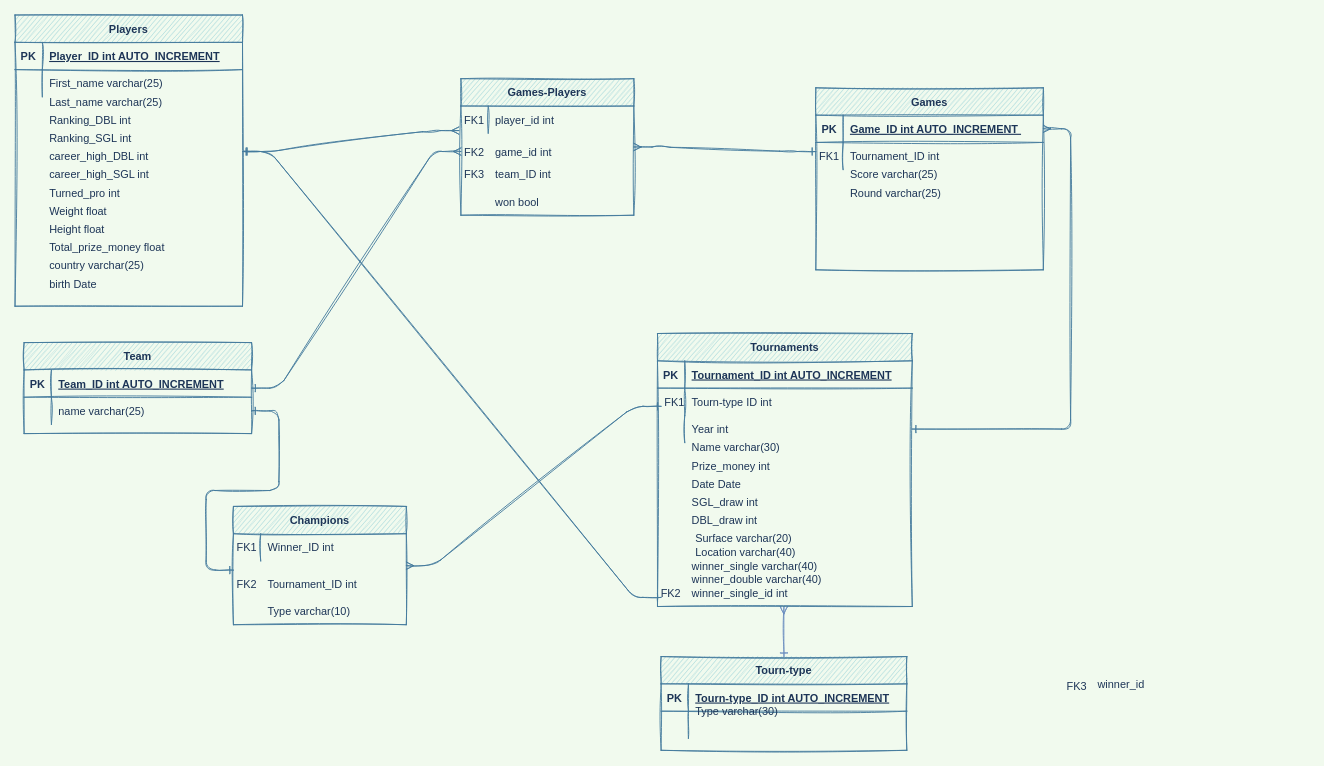
This is erd.drawio from talbaram3192/web_scraping_project, a draw.io file, before an edit. Source tidied: cells renumbered, new cells numbered last; positions are measured from the earlier drawing's top-left corner, leaving out a move shared by most shapes. Both pictures are drawn from the tidied source at 91%, with x=0, y=0 at pixel (15, 15).
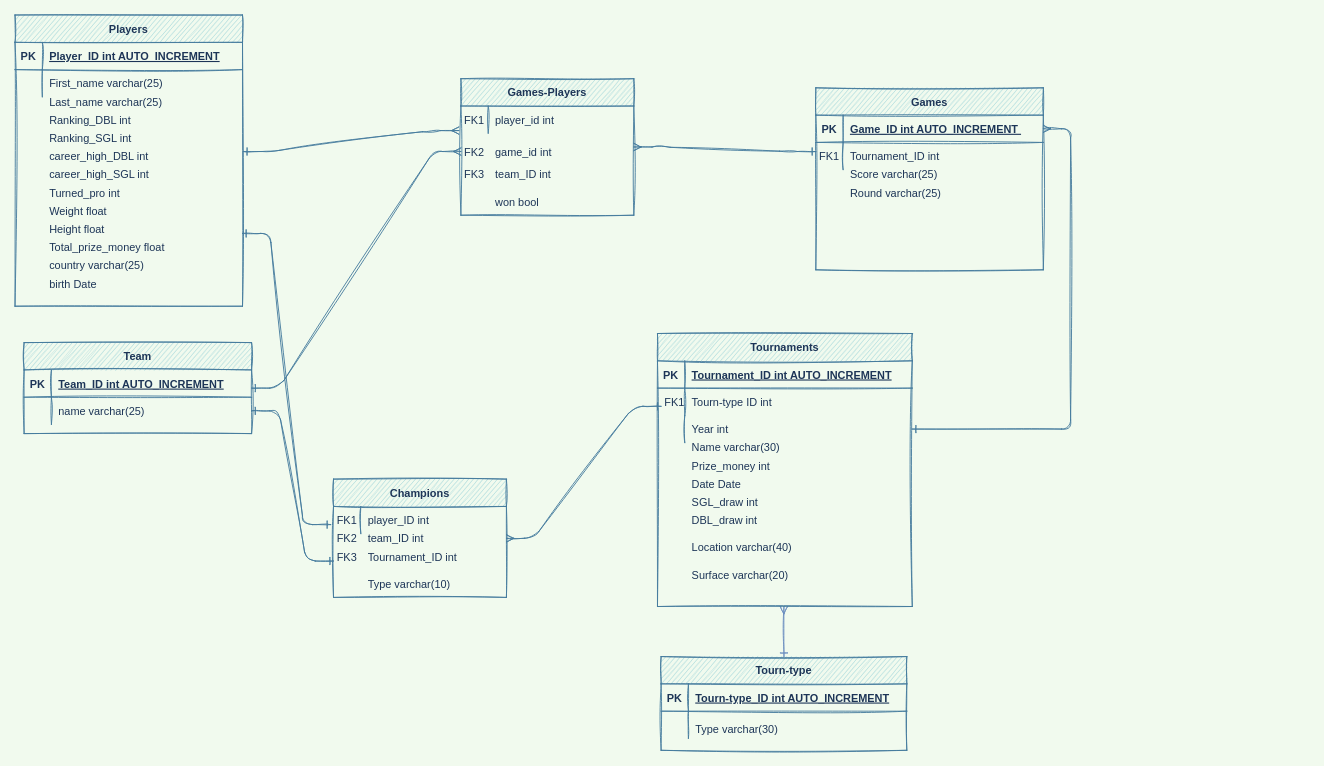
Above is the later version.

Commit message (it also covers changes not shown here):
Added team queries- teams are being added to the DB, also added to the champions table now. made a few fixes with the champions table

The change refers to these unchanged cells:
```xml
<mxCell id="54" style="shape=partialRectangle;fillColor=none;points=[[0,0.5],[1,0.5]];portConstraint=eastwest;top=0;left=0;right=0;bottom=0;sketch=1;strokeColor=#457B9D;fontColor=#1D3557;" parent="50" vertex="1">
  <mxGeometry y="60" width="250" height="30" as="geometry" />
</mxCell>
<mxCell id="74" style="group;" parent="72" vertex="1">
  <mxGeometry width="190" height="130" as="geometry" />
</mxCell>
<mxCell id="76" style="shape=partialRectangle;fillColor=none;top=0;left=0;right=0;bottom=0;sketch=1;strokeColor=#457B9D;fontColor=#1D3557;" parent="75" vertex="1">
  <mxGeometry y="30" width="190" height="30" as="geometry" />
</mxCell>
<mxCell id="83" style="group;" parent="1" vertex="1">
  <mxGeometry x="696" y="350" width="314" height="300" as="geometry" />
</mxCell>
```

Diff of the diagram source:
```diff
@@
-    <mxCell id="40" style="shape=partialRectangle;fillColor=none;top=0;left=0;right=0;bottom=0;sketch=1;strokeColor=#457B9D;fontColor=#1D3557;" parent="1" vertex="1">
-      <mxGeometry x="710" y="575" width="270" height="30" as="geometry" />
-    </mxCell>
-    <mxCell id="41" style="shape=partialRectangle;overflow=hidden;fillColor=none;top=0;left=0;bottom=0;right=0;sketch=1;strokeColor=#457B9D;fontColor=#1D3557;" parent="40" vertex="1">
-      <mxGeometry width="30" height="30" as="geometry" />
-    </mxCell>
-    <mxCell id="42" value="Location varchar(40)" style="shape=partialRectangle;overflow=hidden;fillColor=none;top=0;left=0;bottom=0;right=0;align=left;spacingLeft=6;sketch=1;strokeColor=#457B9D;fontColor=#1D3557;" parent="40" vertex="1">
-      <mxGeometry x="30" width="240" height="30" as="geometry" />
-    </mxCell>
-    <mxCell id="43" value="Surface varchar(20)" style="shape=partialRectangle;overflow=hidden;fillColor=none;top=0;left=0;bottom=0;right=0;align=left;spacingLeft=6;sketch=1;strokeColor=#457B9D;fontColor=#1D3557;" parent="1" vertex="1">
-      <mxGeometry x="740" y="560" width="240" height="30" as="geometry" />
-    </mxCell>
-    <mxCell id="44" style="edgeStyle=entityRelationEdgeStyle;endArrow=ERone;startArrow=ERone;endFill=0;startFill=0;sketch=1;strokeWidth=1;labelBackgroundColor=#F1FAEE;strokeColor=#457B9D;fontColor=#1D3557;" parent="1" edge="1">
-      <mxGeometry relative="1" as="geometry">
-        <mxPoint x="250" y="150" as="sourcePoint" />
-        <mxPoint x="710" y="640" as="targetPoint" />
-      </mxGeometry>
-    </mxCell>
@@
     <mxCell id="67" style="shape=partialRectangle;fillColor=none;top=0;left=0;right=0;bottom=0;sketch=1;strokeColor=#457B9D;fontColor=#1D3557;" parent="1" vertex="1">
-      <mxGeometry x="710" y="750" width="270" height="30" as="geometry" />
+      <mxGeometry x="710" y="770" width="270" height="30" as="geometry" />
     </mxCell>
@@
     <mxCell id="72" style="group;" parent="1" vertex="1">
-      <mxGeometry x="240" y="540" width="190" height="130" as="geometry" />
+      <mxGeometry x="350" y="510" width="190" height="130" as="geometry" />
     </mxCell>
     <mxCell id="73" style="edgeStyle=entityRelationEdgeStyle;endArrow=ERone;startArrow=ERone;endFill=0;startFill=0;sketch=1;strokeWidth=1;labelBackgroundColor=#F1FAEE;strokeColor=#457B9D;fontColor=#1D3557;exitX=1;exitY=0.5;exitDx=0;exitDy=0;" parent="72" edge="1" source="54">
       <mxGeometry relative="1" as="geometry">
-        <mxPoint y="70" as="targetPoint" />
+        <mxPoint y="90" as="targetPoint" />
       </mxGeometry>
     </mxCell>
@@
-    <mxCell id="78" value="Winner_ID int" style="shape=partialRectangle;overflow=hidden;fillColor=none;top=0;left=0;bottom=0;right=0;align=left;spacingLeft=6;sketch=1;strokeColor=#457B9D;fontColor=#1D3557;" parent="76" vertex="1">
+    <mxCell id="78" value="player_ID int" style="shape=partialRectangle;overflow=hidden;fillColor=none;top=0;left=0;bottom=0;right=0;align=left;spacingLeft=6;sketch=1;strokeColor=#457B9D;fontColor=#1D3557;" parent="76" vertex="1">
       <mxGeometry x="30" width="160" height="30" as="geometry" />
     </mxCell>
@@
     <mxCell id="82" value="FK2" style="shape=partialRectangle;overflow=hidden;fillColor=none;top=0;left=0;bottom=0;right=0;sketch=1;strokeColor=#457B9D;fontColor=#1D3557;" parent="74" vertex="1">
-      <mxGeometry y="70" width="30" height="30" as="geometry" />
+      <mxGeometry y="50" width="30" height="30" as="geometry" />
     </mxCell>
+    <mxCell id="116" value="team_ID int" style="shape=partialRectangle;overflow=hidden;fillColor=none;top=0;left=0;bottom=0;right=0;align=left;spacingLeft=6;sketch=1;strokeColor=#457B9D;fontColor=#1D3557;" parent="74" vertex="1">
+      <mxGeometry x="30" y="50" width="160" height="30" as="geometry" />
+    </mxCell>
+    <mxCell id="115" value="FK3" style="shape=partialRectangle;overflow=hidden;fillColor=none;top=0;left=0;bottom=0;right=0;sketch=1;strokeColor=#457B9D;fontColor=#1D3557;" parent="74" vertex="1">
+      <mxGeometry y="70" width="30" height="30" as="geometry" />
+    </mxCell>
@@
-    <mxCell id="108" style="shape=partialRectangle;fillColor=none;top=0;left=0;right=0;bottom=0;sketch=1;strokeColor=#457B9D;fontColor=#1D3557;" parent="83" vertex="1">
-      <mxGeometry x="10" y="240" width="270" height="30" as="geometry" />
-    </mxCell>
-    <mxCell id="109" style="shape=partialRectangle;overflow=hidden;fillColor=none;top=0;left=0;bottom=0;right=0;sketch=1;strokeColor=#457B9D;fontColor=#1D3557;" parent="108" vertex="1">
-      <mxGeometry width="30" height="30" as="geometry" />
-    </mxCell>
-    <mxCell id="110" value="winner_single varchar(40)" style="shape=partialRectangle;overflow=hidden;fillColor=none;top=0;left=0;bottom=0;right=0;align=left;spacingLeft=6;sketch=1;strokeColor=#457B9D;fontColor=#1D3557;" parent="108" vertex="1">
-      <mxGeometry x="30" width="240" height="30" as="geometry" />
-    </mxCell>
-    <mxCell id="111" value="winner_double varchar(40)" style="shape=partialRectangle;overflow=hidden;fillColor=none;top=0;left=0;bottom=0;right=0;align=left;spacingLeft=6;sketch=1;strokeColor=#457B9D;fontColor=#1D3557;" parent="83" vertex="1">
-      <mxGeometry x="40" y="255" width="240" height="30" as="geometry" />
-    </mxCell>
-    <mxCell id="112" value="winner_single_id int" style="shape=partialRectangle;overflow=hidden;fillColor=none;top=0;left=0;bottom=0;right=0;align=left;spacingLeft=6;sketch=1;strokeColor=#457B9D;fontColor=#1D3557;" parent="83" vertex="1">
+    <mxCell id="112" style="shape=partialRectangle;overflow=hidden;fillColor=none;top=0;left=0;bottom=0;right=0;align=left;spacingLeft=6;sketch=1;strokeColor=#457B9D;fontColor=#1D3557;" parent="83" vertex="1">
       <mxGeometry x="40" y="270" width="240" height="30" as="geometry" />
     </mxCell>
-    <mxCell id="113" value="FK2" style="shape=partialRectangle;overflow=hidden;fillColor=none;top=0;left=0;bottom=0;right=0;align=left;spacingLeft=6;sketch=1;strokeColor=#457B9D;fontColor=#1D3557;" parent="83" vertex="1">
-      <mxGeometry x="6" y="270" width="34" height="30" as="geometry" />
-    </mxCell>
-    <mxCell id="114" value="winner_id" style="shape=partialRectangle;overflow=hidden;fillColor=none;top=0;left=0;bottom=0;right=0;align=left;spacingLeft=6;sketch=1;strokeColor=#457B9D;fontColor=#1D3557;" parent="1" vertex="1">
-      <mxGeometry x="1182" y="720" width="240" height="30" as="geometry" />
-    </mxCell>
-    <mxCell id="115" value="FK3" style="shape=partialRectangle;overflow=hidden;fillColor=none;top=0;left=0;bottom=0;right=0;align=left;spacingLeft=6;sketch=1;strokeColor=#457B9D;fontColor=#1D3557;" parent="1" vertex="1">
-      <mxGeometry x="1148" y="722" width="34" height="30" as="geometry" />
-    </mxCell>
+    <mxCell id="43" value="Surface varchar(20)" style="shape=partialRectangle;overflow=hidden;fillColor=none;top=0;left=0;bottom=0;right=0;align=left;spacingLeft=6;sketch=1;strokeColor=#457B9D;fontColor=#1D3557;" parent="83" vertex="1">
+      <mxGeometry x="40" y="250" width="240" height="30" as="geometry" />
+    </mxCell>
+    <mxCell id="40" style="shape=partialRectangle;fillColor=none;top=0;left=0;right=0;bottom=0;sketch=1;strokeColor=#457B9D;fontColor=#1D3557;" parent="83" vertex="1">
+      <mxGeometry x="10" y="220" width="270" height="30" as="geometry" />
+    </mxCell>
+    <mxCell id="41" style="shape=partialRectangle;overflow=hidden;fillColor=none;top=0;left=0;bottom=0;right=0;sketch=1;strokeColor=#457B9D;fontColor=#1D3557;" parent="40" vertex="1">
+      <mxGeometry width="30" height="30" as="geometry" />
+    </mxCell>
+    <mxCell id="42" value="Location varchar(40)" style="shape=partialRectangle;overflow=hidden;fillColor=none;top=0;left=0;bottom=0;right=0;align=left;spacingLeft=6;sketch=1;strokeColor=#457B9D;fontColor=#1D3557;" parent="40" vertex="1">
+      <mxGeometry x="30" width="240" height="30" as="geometry" />
+    </mxCell>
+    <mxCell id="117" style="edgeStyle=entityRelationEdgeStyle;endArrow=ERone;startArrow=ERone;endFill=0;startFill=0;sketch=1;strokeWidth=1;labelBackgroundColor=#F1FAEE;strokeColor=#457B9D;fontColor=#1D3557;" parent="1" edge="1">
+      <mxGeometry relative="1" as="geometry">
+        <mxPoint x="250" y="240" as="sourcePoint" />
+        <mxPoint x="347" y="560" as="targetPoint" />
+      </mxGeometry>
+    </mxCell>
```
